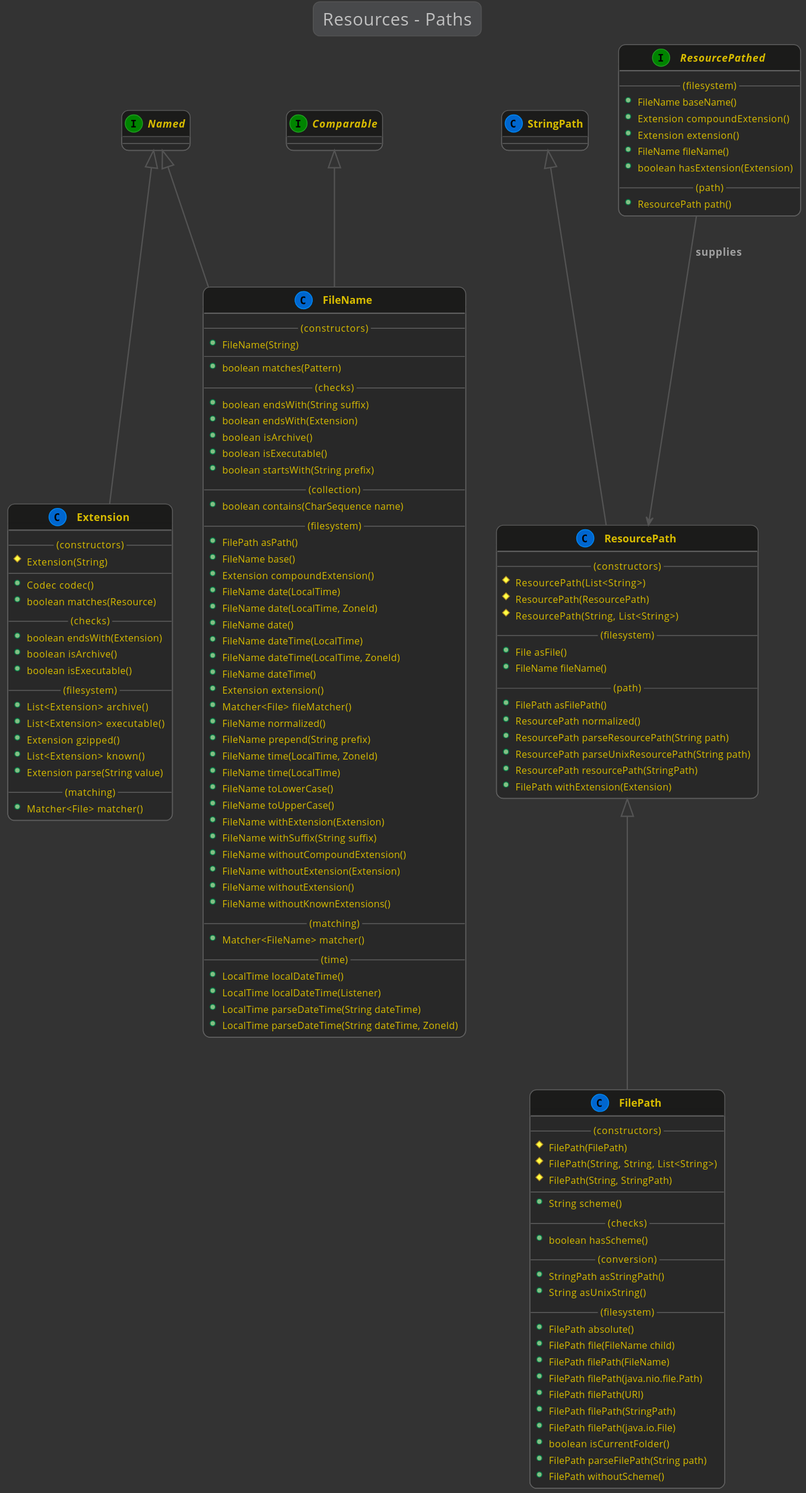
The PlantUML diagram kivakit-core/resource/documentation/diagrams/diagram-resource-path.svg in Telenav/kivakit, before a commit. Source of this version:
```plantuml
@startuml

    !include ../lexakai/lexakai.theme

    title "Resources - Paths"

    interface Named
    interface Comparable

    Named <|-- Extension
    class Extension
    {
        --(constructors)--
        #Extension(String)
        --
        +Codec codec()
        +boolean matches(Resource)
        --(checks)--
        +boolean endsWith(Extension)
        +boolean isArchive()
        +boolean isExecutable()
        --(filesystem)--
        +List<Extension> archive()
        +List<Extension> executable()
        +Extension gzipped()
        +List<Extension> known()
        +Extension parse(String value)
        --(matching)--
        +Matcher<File> matcher()
    }

    Named <|-- FileName
    Comparable <|-- FileName
    class FileName
    {
        --(constructors)--
        +FileName(String)
        --
        +boolean matches(Pattern)
        --(checks)--
        +boolean endsWith(String suffix)
        +boolean endsWith(Extension)
        +boolean isArchive()
        +boolean isExecutable()
        +boolean startsWith(String prefix)
        --(collection)--
        +boolean contains(CharSequence name)
        --(filesystem)--
        +FilePath asPath()
        +FileName base()
        +Extension compoundExtension()
        +FileName date(LocalTime)
        +FileName date(LocalTime, ZoneId)
        +FileName date()
        +FileName dateTime(LocalTime)
        +FileName dateTime(LocalTime, ZoneId)
        +FileName dateTime()
        +Extension extension()
        +Matcher<File> fileMatcher()
        +FileName normalized()
        +FileName prepend(String prefix)
        +FileName time(LocalTime, ZoneId)
        +FileName time(LocalTime)
        +FileName toLowerCase()
        +FileName toUpperCase()
        +FileName withExtension(Extension)
        +FileName withSuffix(String suffix)
        +FileName withoutCompoundExtension()
        +FileName withoutExtension(Extension)
        +FileName withoutExtension()
        +FileName withoutKnownExtensions()
        --(matching)--
        +Matcher<FileName> matcher()
        --(time)--
        +LocalTime localDateTime()
        +LocalTime localDateTime(Listener)
        +LocalTime parseDateTime(String dateTime)
        +LocalTime parseDateTime(String dateTime, ZoneId)
    }

    ResourcePath <|-- FilePath
    class FilePath
    {
        --(constructors)--
        #FilePath(FilePath)
        #FilePath(String, String, List<String>)
        #FilePath(String, StringPath)
        --
        +String scheme()
        --(checks)--
        +boolean hasScheme()
        --(conversion)--
        +StringPath asStringPath()
        +String asUnixString()
        --(filesystem)--
        +FilePath absolute()
        +FilePath file(FileName child)
        +FilePath filePath(FileName)
        +FilePath filePath(java.nio.file.Path)
        +FilePath filePath(URI)
        +FilePath filePath(StringPath)
        +FilePath filePath(java.io.File)
        +boolean isCurrentFolder()
        +FilePath parseFilePath(String path)
        +FilePath withoutScheme()
    }

    StringPath <|-- ResourcePath
    class ResourcePath
    {
        --(constructors)--
        #ResourcePath(List<String>)
        #ResourcePath(ResourcePath)
        #ResourcePath(String, List<String>)
        --(filesystem)--
        +File asFile()
        +FileName fileName()
        --(path)--
        +FilePath asFilePath()
        +ResourcePath normalized()
        +ResourcePath parseResourcePath(String path)
        +ResourcePath parseUnixResourcePath(String path)
        +ResourcePath resourcePath(StringPath)
        +FilePath withExtension(Extension)
    }

    ResourcePathed --> ResourcePath : "supplies"
    interface ResourcePathed
    {
        --(filesystem)--
        +FileName baseName()
        +Extension compoundExtension()
        +Extension extension()
        +FileName fileName()
        +boolean hasExtension(Extension)
        --(path)--
        +ResourcePath path()
    }

@enduml
```
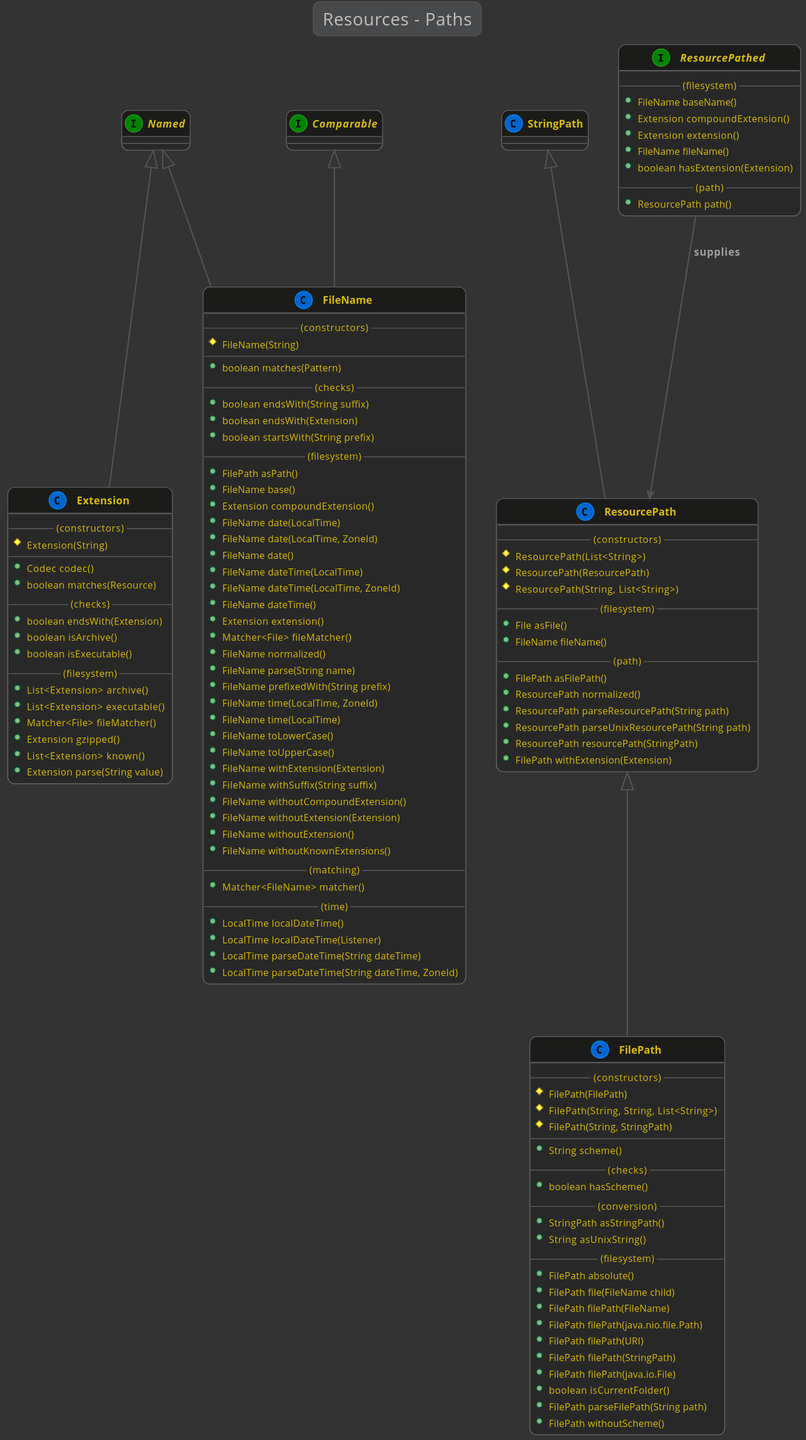
The same file after the commit.

What changed in the source:
```diff
@@ -22,11 +22,10 @@
         --(filesystem)--
         +List<Extension> archive()
         +List<Extension> executable()
+        +Matcher<File> fileMatcher()
         +Extension gzipped()
         +List<Extension> known()
         +Extension parse(String value)
-        --(matching)--
-        +Matcher<File> matcher()
     }
 
     Named <|-- FileName
@@ -34,17 +33,13 @@
     class FileName
     {
         --(constructors)--
-        +FileName(String)
+        #FileName(String)
         --
         +boolean matches(Pattern)
         --(checks)--
         +boolean endsWith(String suffix)
         +boolean endsWith(Extension)
-        +boolean isArchive()
-        +boolean isExecutable()
         +boolean startsWith(String prefix)
-        --(collection)--
-        +boolean contains(CharSequence name)
         --(filesystem)--
         +FilePath asPath()
         +FileName base()
@@ -58,7 +53,8 @@
         +Extension extension()
         +Matcher<File> fileMatcher()
         +FileName normalized()
-        +FileName prepend(String prefix)
+        +FileName parse(String name)
+        +FileName prefixedWith(String prefix)
         +FileName time(LocalTime, ZoneId)
         +FileName time(LocalTime)
         +FileName toLowerCase()
```
